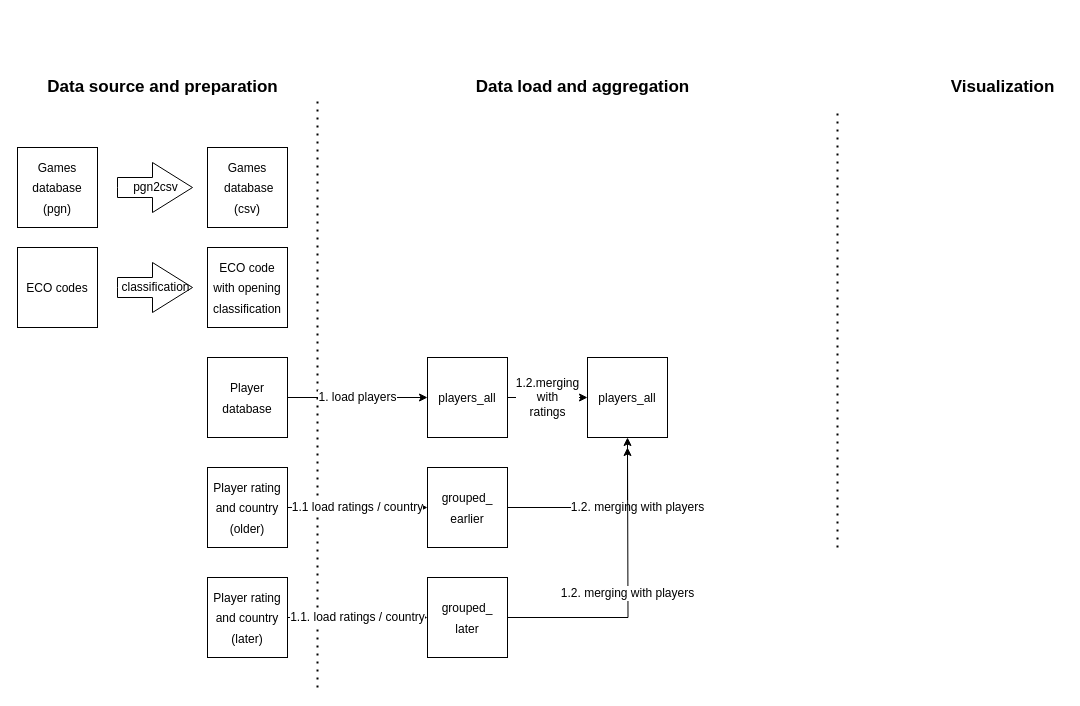
Above: Untitled Diagram.drawio in lacibacsi/chess_playing_style_analysis (draw.io), before the change. Source tidied: cells renumbered, new cells numbered last; positions are measured from the earlier drawing's top-left corner, leaving out a move shared by most shapes. Both pictures are drawn from the tidied source at 100%, with x=0, y=0 at pixel (17, 77).
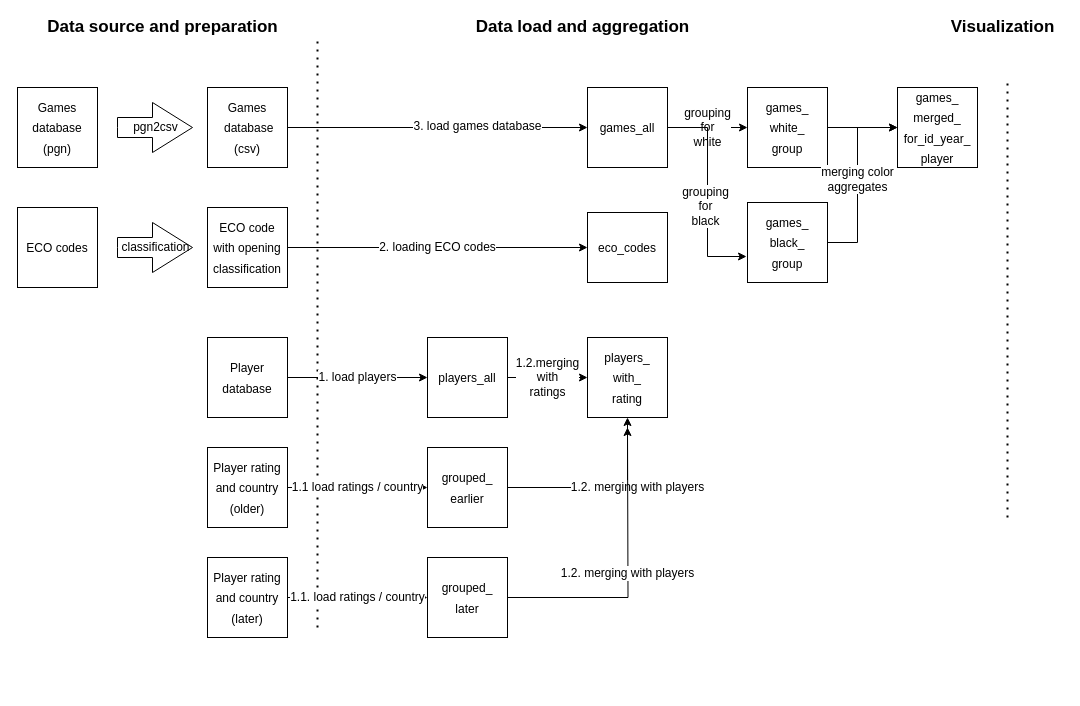
After the change.

Diff of the diagram source:
```diff
@@
     <mxCell id="2" style="endArrow=none;dashed=1;html=1;dashPattern=1 3;strokeWidth=2;rounded=0;" parent="1" edge="1">
       <mxGeometry relative="1" as="geometry">
-        <mxPoint x="300" y="610" as="sourcePoint" />
-        <mxPoint x="300" y="20" as="targetPoint" />
+        <mxPoint x="300" y="550" as="sourcePoint" />
+        <mxPoint x="300" y="-40" as="targetPoint" />
       </mxGeometry>
     </mxCell>
     <mxCell id="3" value="&lt;font style=&quot;font-size: 17px&quot;&gt;&lt;b&gt;Data source and preparation&lt;/b&gt;&lt;/font&gt;" style="text;html=1;align=center;verticalAlign=middle;fillColor=none;strokeColor=none;rounded=0;" parent="1" vertex="1">
-      <mxGeometry x="20" width="250" height="20" as="geometry" />
+      <mxGeometry x="20" y="-60" width="250" height="20" as="geometry" />
     </mxCell>
     <mxCell id="4" value="&lt;font style=&quot;font-size: 17px&quot;&gt;&lt;b&gt;Data load and aggregation&lt;/b&gt;&lt;/font&gt;" style="text;html=1;align=center;verticalAlign=middle;fillColor=none;strokeColor=none;rounded=0;" parent="1" vertex="1">
-      <mxGeometry x="450" width="230" height="20" as="geometry" />
+      <mxGeometry x="450" y="-60" width="230" height="20" as="geometry" />
     </mxCell>
     <mxCell id="5" style="endArrow=none;dashed=1;html=1;dashPattern=1 3;strokeWidth=2;rounded=0;" parent="1" edge="1">
       <mxGeometry relative="1" as="geometry">
-        <mxPoint x="820" y="470" as="sourcePoint" />
-        <mxPoint x="820" y="30" as="targetPoint" />
+        <mxPoint x="990" y="440" as="sourcePoint" />
+        <mxPoint x="990" as="targetPoint" />
       </mxGeometry>
     </mxCell>
     <mxCell id="6" value="&lt;font style=&quot;font-size: 17px&quot;&gt;&lt;b&gt;Visualization&lt;/b&gt;&lt;/font&gt;" style="text;html=1;align=center;verticalAlign=middle;fillColor=none;strokeColor=none;rounded=0;" parent="1" vertex="1">
-      <mxGeometry x="925" width="120" height="20" as="geometry" />
+      <mxGeometry x="925" y="-60" width="120" height="20" as="geometry" />
     </mxCell>
     <mxCell id="7" value="&lt;font style=&quot;font-size: 12px&quot;&gt;Games database&lt;br&gt;(pgn)&lt;br&gt;&lt;/font&gt;" style="whiteSpace=wrap;html=1;fontSize=17;" parent="1" vertex="1">
-      <mxGeometry y="70" width="80" height="80" as="geometry" />
+      <mxGeometry y="10" width="80" height="80" as="geometry" />
     </mxCell>
     <mxCell id="8" value="pgn2csv" style="html=1;shadow=0;dashed=0;align=center;verticalAlign=middle;shape=mxgraph.arrows2.arrow;dy=0.6;dx=40;notch=0;fontSize=12;" parent="1" vertex="1">
-      <mxGeometry x="100" y="85" width="75" height="50" as="geometry" />
+      <mxGeometry x="100" y="25" width="75" height="50" as="geometry" />
     </mxCell>
+    <mxCell id="26" style="edgeStyle=orthogonalEdgeStyle;rounded=0;jettySize=auto;html=1;exitX=1;exitY=0.5;exitDx=0;exitDy=0;entryX=0;entryY=0.5;entryDx=0;entryDy=0;fontSize=12;" parent="1" edge="1" source="9" target="33">
+      <mxGeometry relative="1" as="geometry" />
+    </mxCell>
+    <mxCell id="27" value="3. load games database" style="edgeLabel;html=1;align=center;verticalAlign=middle;fontSize=12;" parent="26" vertex="1">
+      <mxGeometry x="0.26" y="2" relative="1" as="geometry" />
+    </mxCell>
     <mxCell id="9" value="&lt;font style=&quot;font-size: 12px&quot;&gt;Games &amp;nbsp;database&lt;br&gt;(csv)&lt;br&gt;&lt;/font&gt;" style="whiteSpace=wrap;html=1;fontSize=17;" parent="1" vertex="1">
-      <mxGeometry x="190" y="70" width="80" height="80" as="geometry" />
+      <mxGeometry x="190" y="10" width="80" height="80" as="geometry" />
     </mxCell>
     <mxCell id="10" value="&lt;font style=&quot;font-size: 12px&quot;&gt;ECO codes&lt;br&gt;&lt;/font&gt;" style="whiteSpace=wrap;html=1;fontSize=17;" parent="1" vertex="1">
-      <mxGeometry y="170" width="80" height="80" as="geometry" />
+      <mxGeometry y="130" width="80" height="80" as="geometry" />
     </mxCell>
     <mxCell id="11" value="classification" style="html=1;shadow=0;dashed=0;align=center;verticalAlign=middle;shape=mxgraph.arrows2.arrow;dy=0.6;dx=40;notch=0;fontSize=12;" parent="1" vertex="1">
-      <mxGeometry x="100" y="185" width="75" height="50" as="geometry" />
+      <mxGeometry x="100" y="145" width="75" height="50" as="geometry" />
     </mxCell>
+    <mxCell id="28" value="2. loading ECO codes" style="edgeStyle=orthogonalEdgeStyle;rounded=0;jettySize=auto;html=1;fontSize=12;" parent="1" edge="1" source="12" target="29">
+      <mxGeometry relative="1" as="geometry" />
+    </mxCell>
     <mxCell id="12" value="&lt;font style=&quot;font-size: 12px&quot;&gt;ECO code with opening classification&lt;br&gt;&lt;/font&gt;" style="whiteSpace=wrap;html=1;fontSize=17;" parent="1" vertex="1">
-      <mxGeometry x="190" y="170" width="80" height="80" as="geometry" />
+      <mxGeometry x="190" y="130" width="80" height="80" as="geometry" />
     </mxCell>
@@
     <mxCell id="14" value="&lt;font style=&quot;font-size: 12px&quot;&gt;Player rating and country (older)&lt;br&gt;&lt;/font&gt;" style="whiteSpace=wrap;html=1;fontSize=17;" parent="1" vertex="1">
-      <mxGeometry x="190" y="390" width="80" height="80" as="geometry" />
+      <mxGeometry x="190" y="370" width="80" height="80" as="geometry" />
     </mxCell>
@@
     <mxCell id="16" value="&lt;font style=&quot;font-size: 12px&quot;&gt;Player database&lt;br&gt;&lt;/font&gt;" style="whiteSpace=wrap;html=1;fontSize=17;" parent="1" vertex="1">
-      <mxGeometry x="190" y="280" width="80" height="80" as="geometry" />
+      <mxGeometry x="190" y="260" width="80" height="80" as="geometry" />
     </mxCell>
@@
     <mxCell id="18" value="&lt;font style=&quot;font-size: 12px&quot;&gt;Player rating and country (later)&lt;br&gt;&lt;/font&gt;" style="whiteSpace=wrap;html=1;fontSize=17;" parent="1" vertex="1">
-      <mxGeometry x="190" y="500" width="80" height="80" as="geometry" />
+      <mxGeometry x="190" y="480" width="80" height="80" as="geometry" />
     </mxCell>
@@
     <mxCell id="20" value="&lt;font style=&quot;font-size: 12px&quot;&gt;players_all&lt;br&gt;&lt;/font&gt;" style="whiteSpace=wrap;html=1;fontSize=17;" parent="1" vertex="1">
-      <mxGeometry x="410" y="280" width="80" height="80" as="geometry" />
+      <mxGeometry x="410" y="260" width="80" height="80" as="geometry" />
     </mxCell>
@@
     <mxCell id="22" value="&lt;font style=&quot;font-size: 12px&quot;&gt;grouped_&lt;br&gt;earlier&lt;br&gt;&lt;/font&gt;" style="whiteSpace=wrap;html=1;fontSize=17;" parent="1" vertex="1">
-      <mxGeometry x="410" y="390" width="80" height="80" as="geometry" />
+      <mxGeometry x="410" y="370" width="80" height="80" as="geometry" />
     </mxCell>
     <mxCell id="23" value="1.2. merging with players" style="edgeStyle=orthogonalEdgeStyle;rounded=0;jettySize=auto;html=1;fontSize=12;" parent="1" edge="1" source="24">
       <mxGeometry relative="1" as="geometry">
-        <mxPoint x="610" y="370" as="targetPoint" />
+        <mxPoint x="610" y="350" as="targetPoint" />
       </mxGeometry>
     </mxCell>
     <mxCell id="24" value="&lt;font style=&quot;font-size: 12px&quot;&gt;grouped_&lt;br&gt;later&lt;br&gt;&lt;/font&gt;" style="whiteSpace=wrap;html=1;fontSize=17;" parent="1" vertex="1">
-      <mxGeometry x="410" y="500" width="80" height="80" as="geometry" />
+      <mxGeometry x="410" y="480" width="80" height="80" as="geometry" />
     </mxCell>
-    <mxCell id="25" value="&lt;font style=&quot;font-size: 12px&quot;&gt;players_all&lt;br&gt;&lt;/font&gt;" style="whiteSpace=wrap;html=1;fontSize=17;" parent="1" vertex="1">
-      <mxGeometry x="570" y="280" width="80" height="80" as="geometry" />
+    <mxCell id="25" value="&lt;font style=&quot;font-size: 12px&quot;&gt;players_&lt;br&gt;with_&lt;br&gt;rating&lt;br&gt;&lt;/font&gt;" style="whiteSpace=wrap;html=1;fontSize=17;" parent="1" vertex="1">
+      <mxGeometry x="570" y="260" width="80" height="80" as="geometry" />
     </mxCell>
+    <mxCell id="29" value="&lt;font style=&quot;font-size: 12px&quot;&gt;eco_codes&lt;/font&gt;" style="whiteSpace=wrap;html=1;fontSize=17;" parent="1" vertex="1">
+      <mxGeometry x="570" y="135" width="80" height="70" as="geometry" />
+    </mxCell>
+    <mxCell id="30" value="grouping&lt;br&gt;for&lt;br&gt;white" style="edgeStyle=orthogonalEdgeStyle;rounded=0;jettySize=auto;html=1;exitX=1;exitY=0.5;exitDx=0;exitDy=0;entryX=0;entryY=0.5;entryDx=0;entryDy=0;fontSize=12;" parent="1" edge="1" source="33" target="35">
+      <mxGeometry relative="1" as="geometry" />
+    </mxCell>
+    <mxCell id="31" style="edgeStyle=orthogonalEdgeStyle;rounded=0;jettySize=auto;html=1;exitX=1;exitY=0.5;exitDx=0;exitDy=0;entryX=-0.012;entryY=0.675;entryDx=0;entryDy=0;entryPerimeter=0;fontSize=12;" parent="1" edge="1" source="33" target="37">
+      <mxGeometry relative="1" as="geometry">
+        <Array as="points">
+          <mxPoint x="690" y="50" />
+          <mxPoint x="690" y="179" />
+        </Array>
+      </mxGeometry>
+    </mxCell>
+    <mxCell id="32" value="grouping&lt;br&gt;for&lt;br&gt;black" style="edgeLabel;html=1;align=center;verticalAlign=middle;fontSize=12;" parent="31" vertex="1">
+      <mxGeometry x="0.13" y="-3" relative="1" as="geometry" />
+    </mxCell>
+    <mxCell id="33" value="&lt;font style=&quot;font-size: 12px&quot;&gt;games_all&lt;br&gt;&lt;/font&gt;" style="whiteSpace=wrap;html=1;fontSize=17;" parent="1" vertex="1">
+      <mxGeometry x="570" y="10" width="80" height="80" as="geometry" />
+    </mxCell>
+    <mxCell id="34" style="edgeStyle=orthogonalEdgeStyle;rounded=0;jettySize=auto;html=1;exitX=1;exitY=0.5;exitDx=0;exitDy=0;fontSize=12;" parent="1" edge="1" source="35" target="38">
+      <mxGeometry relative="1" as="geometry" />
+    </mxCell>
+    <mxCell id="35" value="&lt;font style=&quot;font-size: 12px&quot;&gt;games_&lt;br&gt;white_&lt;br&gt;group&lt;br&gt;&lt;/font&gt;" style="whiteSpace=wrap;html=1;fontSize=17;" parent="1" vertex="1">
+      <mxGeometry x="730" y="10" width="80" height="80" as="geometry" />
+    </mxCell>
+    <mxCell id="36" value="merging color &lt;br&gt;aggregates" style="edgeStyle=orthogonalEdgeStyle;rounded=0;jettySize=auto;html=1;exitX=1;exitY=0.5;exitDx=0;exitDy=0;fontSize=12;" parent="1" edge="1" source="37">
+      <mxGeometry relative="1" as="geometry">
+        <mxPoint x="880" y="50" as="targetPoint" />
+        <Array as="points">
+          <mxPoint x="840" y="165" />
+          <mxPoint x="840" y="50" />
+        </Array>
+      </mxGeometry>
+    </mxCell>
+    <mxCell id="37" value="&lt;font style=&quot;font-size: 12px&quot;&gt;games_&lt;br&gt;black_&lt;br&gt;group&lt;br&gt;&lt;/font&gt;" style="whiteSpace=wrap;html=1;fontSize=17;" parent="1" vertex="1">
+      <mxGeometry x="730" y="125" width="80" height="80" as="geometry" />
+    </mxCell>
+    <mxCell id="38" value="&lt;font style=&quot;font-size: 12px&quot;&gt;games_&lt;br&gt;merged_&lt;br&gt;for_id_year_&lt;br&gt;player&lt;br&gt;&lt;/font&gt;" style="whiteSpace=wrap;html=1;fontSize=17;" parent="1" vertex="1">
+      <mxGeometry x="880" y="10" width="80" height="80" as="geometry" />
+    </mxCell>
```
